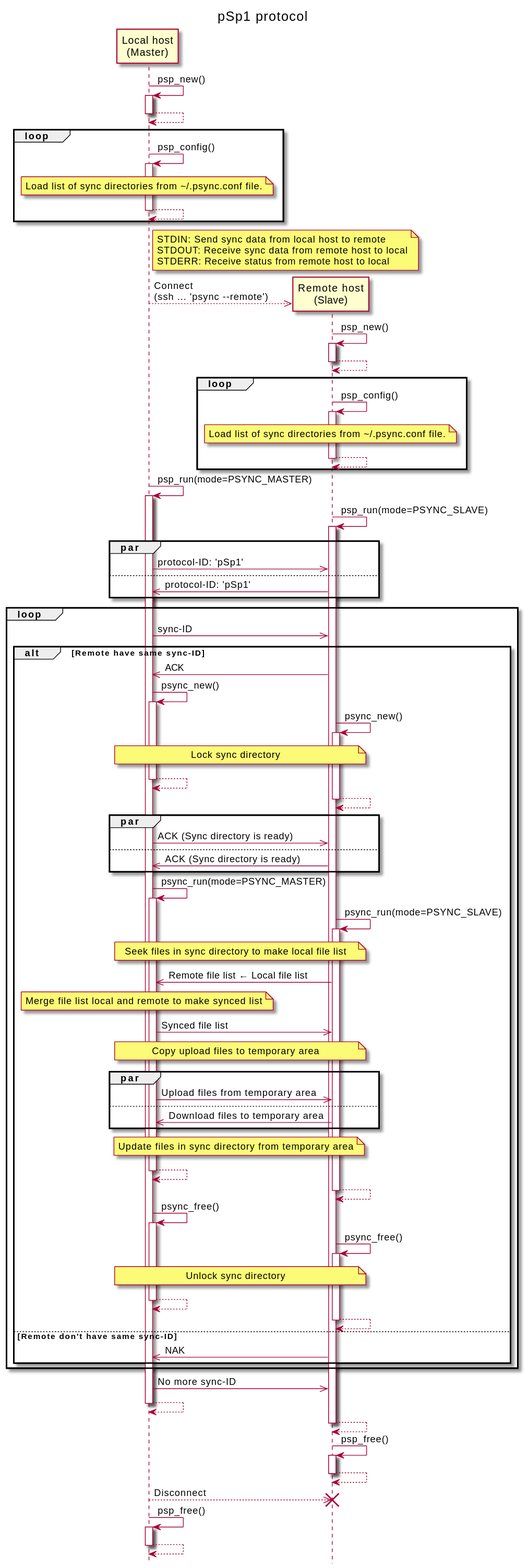
kobayasy/pSync keeps this PlantUML diagram as doc/psp.svg. Above is the earlier version.
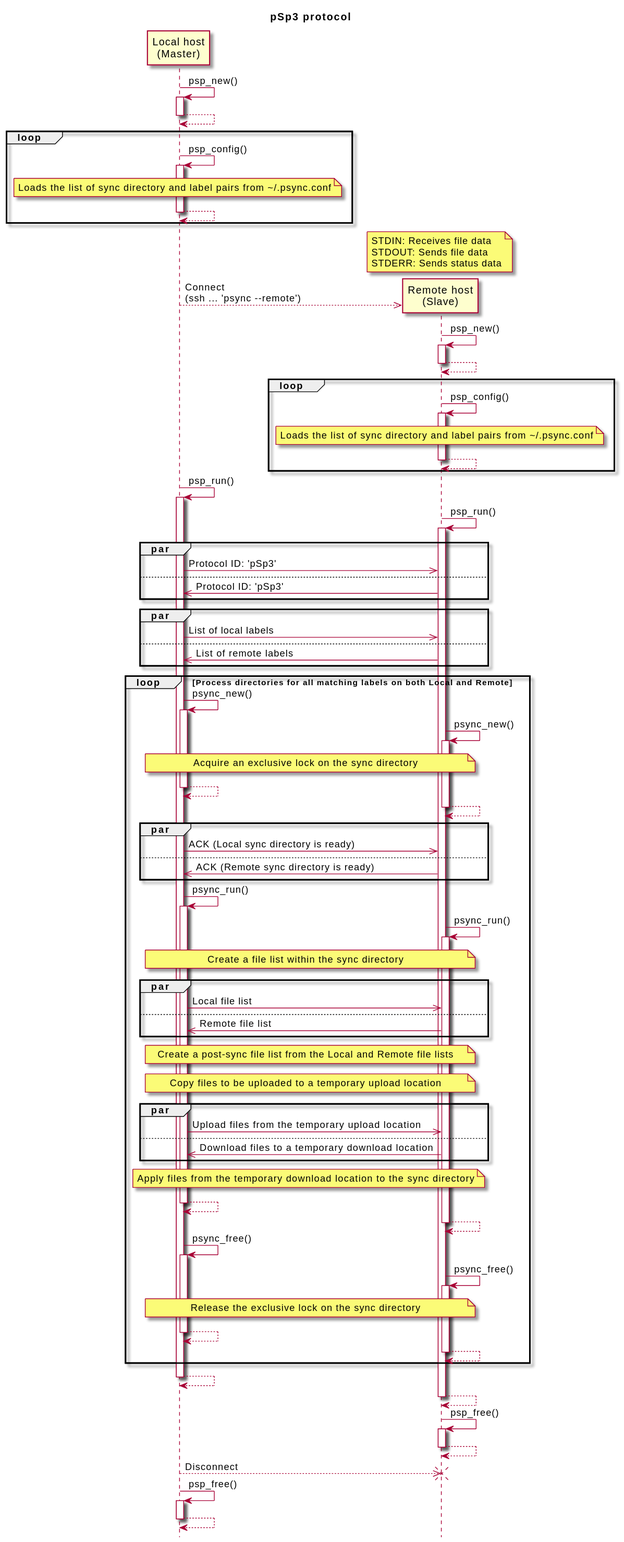
After the change.

What changed in the source:
```diff
@@ -1,6 +1,9 @@
 @startuml
-title pSp1 protocol
 
+
+title pSp3 protocol
+
+skin rose
 hide footbox
 
 participant "Local host\n(Master)" as local
@@ -14,15 +17,15 @@
                 local -> local: psp_config()
                 activate local
   note over local
-    Load list of sync directories from \~/.psync.conf file.
+    Loads the list of sync directory and label pairs from \~/.psync.conf
   end note
                   local --> local
                 deactivate local
 end
-note right local
-  STDIN: Send sync data from local host to remote
-  STDOUT: Receive sync data from remote host to local
-  STDERR: Receive status from remote host to local
+note over remote
+  STDIN: Receives file data
+  STDOUT: Sends file data
+  STDERR: Sends status data
 end note
 create remote
   local -->> remote: Connect\n(ssh ... 'psync --remote')
@@ -34,63 +37,68 @@
                                 remote -> remote: psp_config()
                                 activate remote
     note over remote
-      Load list of sync directories from \~/.psync.conf file.
+      Loads the list of sync directory and label pairs from \~/.psync.conf
     end note
                                   remote --> remote
                                 deactivate remote
   end
-                local -> local: psp_run(mode=PSYNC_MASTER)
+                local -> local: psp_run()
                 activate local
-                                remote -> remote: psp_run(mode=PSYNC_SLAVE)
+                                remote -> remote: psp_run()
                                 activate remote
   par
-    local ->> remote: protocol-ID: 'pSp1'
+    local ->> remote: Protocol ID: 'pSp3'
   else
-    local <<- remote: protocol-ID: 'pSp1'
+    local <<- remote: Protocol ID: 'pSp3'
   end
-  loop
-    local ->> remote: sync-ID
-    alt Remote have same sync-ID
-      local <<- remote: ACK
+  par
+    local ->> remote: List of local labels
+  else
+    local <<- remote: List of remote labels
+  end
+  loop Process directories for all matching labels on both Local and Remote
                   local -> local: psync_new()
                   activate local
                                   remote -> remote: psync_new()
                                   activate remote
-      note over local, remote
-        Lock sync directory
-      end note
+    note over local, remote
+      Acquire an exclusive lock on the sync directory
+    end note
                     local --> local
                   deactivate local
                                     remote --> remote
                                   deactivate remote
-      par
-        local ->> remote: ACK (Sync directory is ready)
-      else
-        local <<- remote: ACK (Sync directory is ready)
-      end
-                  local -> local: psync_run(mode=PSYNC_MASTER)
+    par
+      local ->> remote: ACK (Local sync directory is ready)
+    else
+      local <<- remote: ACK (Remote sync directory is ready)
+    end
+                  local -> local: psync_run()
                   activate local
-                                  remote -> remote: psync_run(mode=PSYNC_SLAVE)
+                                  remote -> remote: psync_run()
                                   activate remote
-      note over local, remote
-        Seek files in sync directory to make local file list
-      end note
-      local <<- remote: Remote file list ← Local file list
-      note over local
-        Merge file list local and remote to make synced list
-      end note
-      local ->> remote: Synced file list
-      note over local, remote
-        Copy upload files to temporary area
-      end note
-      par
-        local ->> remote: Upload files from temporary area
-      else
-        local <<- remote: Download files to temporary area
-      end
-      note over local, remote
-        Update files in sync directory from temporary area
-      end note
+    note over local, remote
+      Create a file list within the sync directory
+    end note
+    par
+      local ->> remote: Local file list
+    else
+      local <<- remote: Remote file list
+    end
+    note over local, remote
+      Create a post-sync file list from the Local and Remote file lists
+    end note
+    note over local, remote
+      Copy files to be uploaded to a temporary upload location
+    end note
+    par
+      local ->> remote: Upload files from the temporary upload location
+    else
+      local <<- remote: Download files to a temporary download location
+    end
+    note over local, remote
+      Apply files from the temporary download location to the sync directory
+    end note
                     local --> local
                   deactivate local
                                     remote --> remote
@@ -99,18 +107,14 @@
                   activate local
                                   remote -> remote: psync_free()
                                   activate remote
-      note over local, remote
-        Unlock sync directory
-      end note
+    note over local, remote
+      Release the exclusive lock on the sync directory
+    end note
                     local --> local
                   deactivate local
                                     remote --> remote
                                   deactivate remote
-    else Remote don't have same sync-ID
-      local <<- remote: NAK
-    end
   end
-  local ->> remote: No more sync-ID
                   local --> local
                 deactivate local
                                   remote --> remote
@@ -125,5 +129,4 @@
                 activate local
                   local --> local
                 deactivate local
-
 @enduml
```
